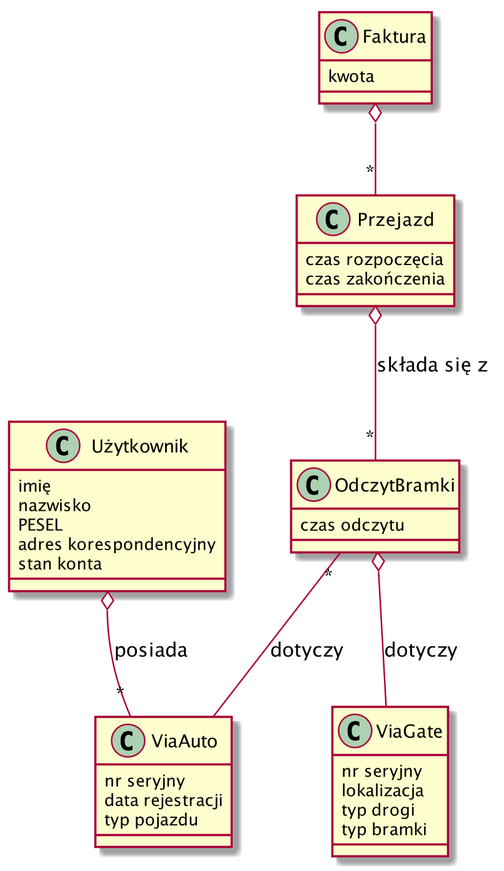
msieczko/viatoll keeps this PlantUML diagram as diagrams/class.png. Above is the earlier version. The source it was exported from:
```plantuml
@startuml
class Użytkownik {
    imię
    nazwisko
    PESEL
    adres korespondencyjny
    stan konta
}

class ViaGate {
    nr seryjny
    lokalizacja
    typ drogi
    typ bramki
}

class Przejazd {
    czas rozpoczęcia
    czas zakończenia
}

class OdczytBramki {
    czas odczytu
}

class ViaAuto {
    nr seryjny
    data rejestracji
    typ pojazdu
}

class Faktura {
    kwota
}

Użytkownik o--"*" ViaAuto : posiada
OdczytBramki o-- ViaGate : dotyczy
OdczytBramki "*"-- ViaAuto : dotyczy
Przejazd o--"*" OdczytBramki : składa się z
Faktura o--"*" Przejazd


@enduml
```
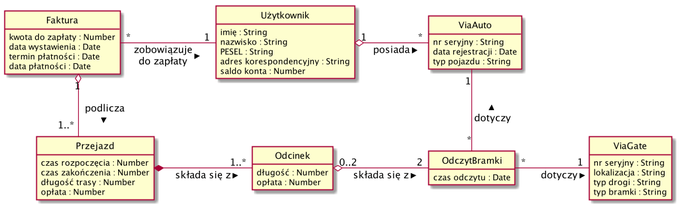
The same file after the commit.

Commit message:
Create second version of class diagram

Change to the diagram source:
```diff
@@ -1,43 +1,59 @@
 @startuml
+
+hide empty members
+hide circle
+skinparam linetype ortho
+
 class Użytkownik {
-    imię
-    nazwisko
-    PESEL
-    adres korespondencyjny
-    stan konta
+    imię : String
+    nazwisko : String
+    PESEL : String
+    adres korespondencyjny : String
+    saldo konta : Number
 }
 
 class ViaGate {
-    nr seryjny
-    lokalizacja
-    typ drogi
-    typ bramki
+    nr seryjny : String
+    lokalizacja : String
+    typ drogi : String
+    typ bramki : String
 }
 
 class Przejazd {
-    czas rozpoczęcia
-    czas zakończenia
+    czas rozpoczęcia : Number
+    czas zakończenia : Number
+    długość trasy : Number
+    opłata : Number
+}
+
+class Odcinek {
+    długość : Number
+    opłata : Number
 }
 
 class OdczytBramki {
-    czas odczytu
+    czas odczytu : Date
 }
 
 class ViaAuto {
-    nr seryjny
-    data rejestracji
-    typ pojazdu
+    nr seryjny : String
+    data rejestracji : Date
+    typ pojazdu : String
 }
 
 class Faktura {
-    kwota
+    kwota do zapłaty : Number
+    data wystawienia : Date
+    termin płatności : Date
+    data płatności : Date
 }
 
-Użytkownik o--"*" ViaAuto : posiada
-OdczytBramki o-- ViaGate : dotyczy
-OdczytBramki "*"-- ViaAuto : dotyczy
-Przejazd o--"*" OdczytBramki : składa się z
-Faktura o--"*" Przejazd
-
+Faktura "1" o-d- "1..*" Przejazd : > podlicza
+Faktura "*" -r- "1" Użytkownik : > zobowiązuje\ndo zapłaty
+Użytkownik "1" o-r- "*" ViaAuto : > posiada
+Przejazd *-r- "1..*" Odcinek : > składa się z
+Odcinek "0..2" o-r- "2" OdczytBramki : > składa się z
+OdczytBramki "*" -r- "1" ViaGate : > dotyczy
+OdczytBramki "*" -u- "1" ViaAuto : > dotyczy
 
 @enduml
```
